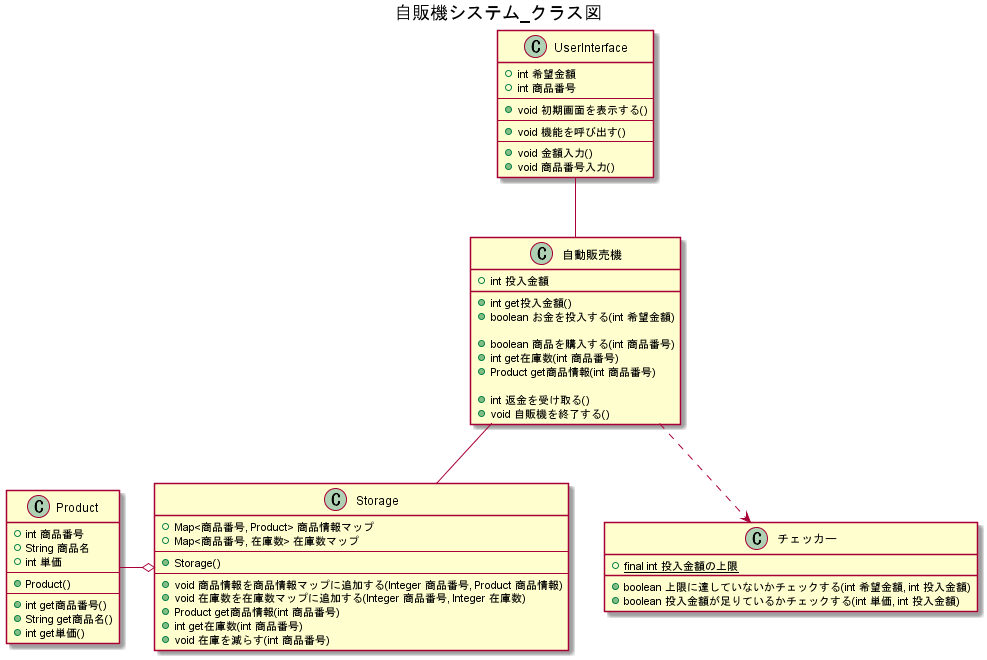
This is UML_class_sequence/自販機システム_クラス図.png from W-Nakayama-24/VendingMachine_CUI, a PlantUML export, as it was before one commit.
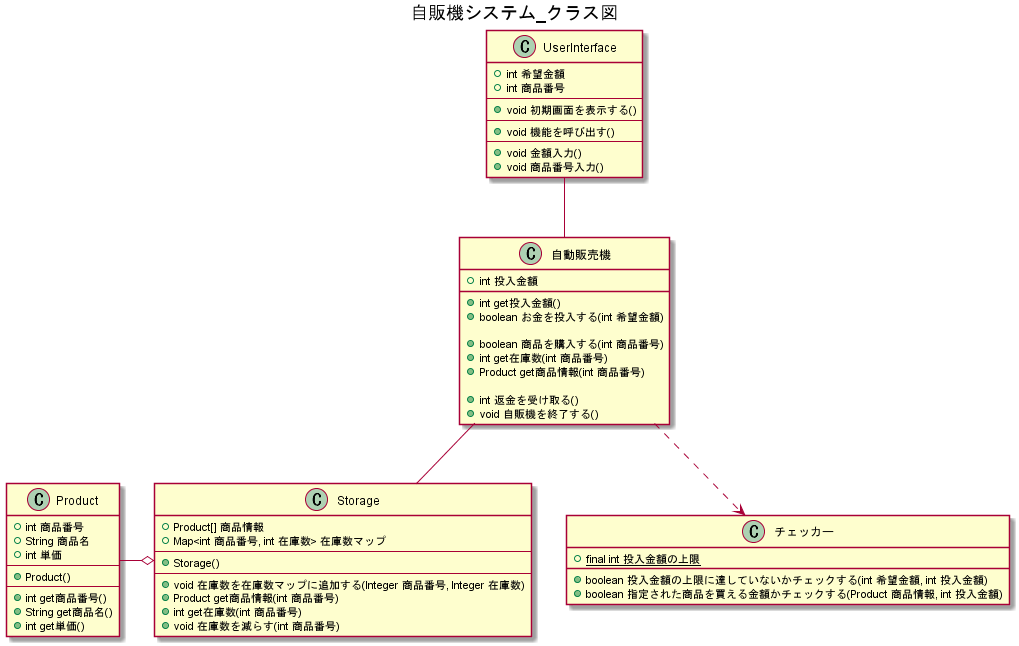
The same diagram one commit later.

What changed in the source:
```diff
@@ -35,21 +35,20 @@
 
 class チェッカー{
     +{static}final int 投入金額の上限
-    +boolean 上限に達していないかチェックする(int 希望金額, int 投入金額)
-    +boolean 投入金額が足りているかチェックする(int 単価, int 投入金額)
+    +boolean 投入金額の上限に達していないかチェックする(int 希望金額, int 投入金額)
+    +boolean 指定された商品を買える金額かチェックする(Product 商品情報, int 投入金額)
 }
 
 class Storage {
-    +Map<商品番号, Product> 商品情報マップ
-    +Map<商品番号, 在庫数> 在庫数マップ
+    +Product[] 商品情報
+    +Map<int 商品番号, int 在庫数> 在庫数マップ
     --
     +Storage()
     --
-    +void 商品情報を商品情報マップに追加する(Integer 商品番号, Product 商品情報)
     +void 在庫数を在庫数マップに追加する(Integer 商品番号, Integer 在庫数)
     +Product get商品情報(int 商品番号)
     +int get在庫数(int 商品番号)
-    +void 在庫を減らす(int 商品番号)
+    +void 在庫数を減らす(int 商品番号)
 }
 
 class Product {
```
